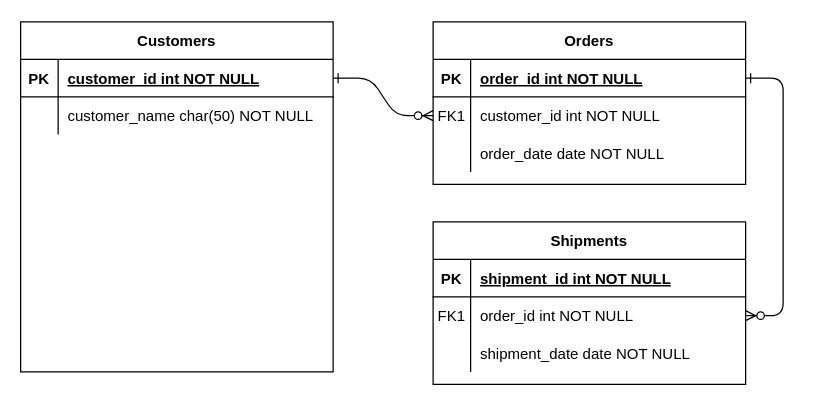
Before: model/Untitled Diagram.drawio in DebmalyaSen34/backend-things-preperly, a draw.io diagram. Source tidied: cells renumbered, new cells numbered last; positions are measured from the earlier drawing's top-left corner, leaving out a move shared by most shapes. Both pictures are drawn from the tidied source at 125%, with x=0, y=0 at pixel (20, 21).
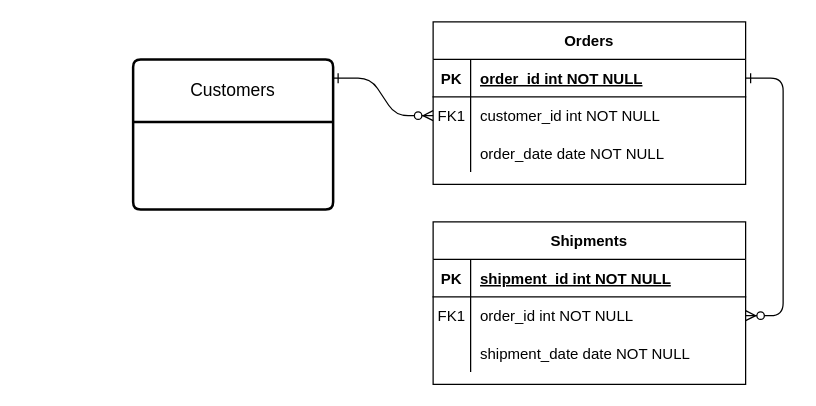
The same page after the edit.

Unchanged cells that the change refers to:
```xml
<mxCell id="8" style="shape=partialRectangle;fillColor=none;points=[[0,0.5],[1,0.5]];portConstraint=eastwest;top=0;left=0;right=0;bottom=0;" parent="4" vertex="1">
  <mxGeometry y="60" width="250" height="30" as="geometry" />
</mxCell>
```

The edit, as a diff of the source:
```diff
@@
-    <mxCell id="2" style="edgeStyle=entityRelationEdgeStyle;endArrow=ERzeroToMany;startArrow=ERone;endFill=1;startFill=0;" parent="1" edge="1" source="25" target="8">
-      <mxGeometry relative="1" as="geometry" />
+    <mxCell id="2" style="edgeStyle=entityRelationEdgeStyle;endArrow=ERzeroToMany;startArrow=ERone;endFill=1;startFill=0;" parent="1" edge="1" target="8">
+      <mxGeometry relative="1" as="geometry">
+        <mxPoint x="250" y="45" as="sourcePoint" />
+      </mxGeometry>
     </mxCell>
@@
-    <mxCell id="24" value="Customers" style="shape=table;startSize=30;childLayout=tableLayout;rowLines=0;fontStyle=1;align=center;" parent="1" vertex="1">
-      <mxGeometry width="250" height="280" as="geometry" />
+    <mxCell id="24" value="Customers" style="swimlane;horizontal=1;startSize=50;rounded=1;fontSize=14;fontStyle=0;strokeWidth=2;shadow=0;dashed=0;align=center;arcSize=4;whiteSpace=wrap;html=1;" parent="1" vertex="1">
+      <mxGeometry x="90" y="30" width="160" height="120" as="geometry" />
     </mxCell>
-    <mxCell id="25" style="shape=partialRectangle;fillColor=none;points=[[0,0.5],[1,0.5]];portConstraint=eastwest;top=0;left=0;right=0;bottom=1;" parent="24" vertex="1">
-      <mxGeometry y="30" width="250" height="30" as="geometry" />
-    </mxCell>
-    <mxCell id="26" value="PK" style="shape=partialRectangle;overflow=hidden;fillColor=none;top=0;left=0;bottom=0;right=0;fontStyle=1;" parent="25" vertex="1">
-      <mxGeometry width="30" height="30" as="geometry" />
-    </mxCell>
-    <mxCell id="27" value="customer_id int NOT NULL " style="shape=partialRectangle;overflow=hidden;fillColor=none;top=0;left=0;bottom=0;right=0;align=left;spacingLeft=6;fontStyle=5;" parent="25" vertex="1">
-      <mxGeometry x="30" width="220" height="30" as="geometry" />
-    </mxCell>
-    <mxCell id="28" style="shape=partialRectangle;fillColor=none;top=0;left=0;right=0;bottom=0;" parent="24" vertex="1">
-      <mxGeometry y="60" width="250" height="30" as="geometry" />
-    </mxCell>
-    <mxCell id="29" style="shape=partialRectangle;overflow=hidden;fillColor=none;top=0;left=0;bottom=0;right=0;" parent="28" vertex="1">
-      <mxGeometry width="30" height="30" as="geometry" />
-    </mxCell>
-    <mxCell id="30" value="customer_name char(50) NOT NULL" style="shape=partialRectangle;overflow=hidden;fillColor=none;top=0;left=0;bottom=0;right=0;align=left;spacingLeft=6;" parent="28" vertex="1">
-      <mxGeometry x="30" width="220" height="30" as="geometry" />
-    </mxCell>
```
